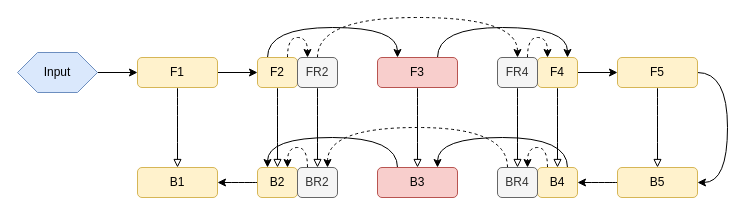
Before: rc.drawio in mulanfly/diagrams, a draw.io diagram. Source tidied: cells renumbered, new cells numbered last; positions are measured from the earlier drawing's top-left corner, leaving out a move shared by most shapes. Both pictures are drawn from the tidied source at 100%, with x=0, y=0 at pixel (17, 17).
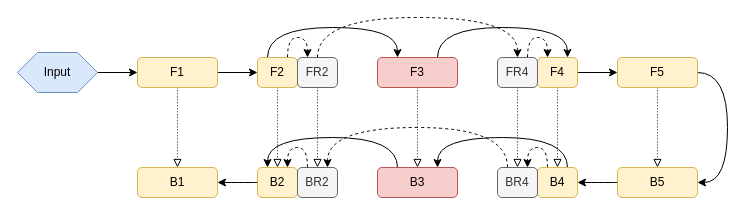
The same diagram, later.

Unchanged cells that the change refers to:
```xml
<mxCell id="4" value="F1" style="rounded=1;whiteSpace=wrap;html=1;shadow=0;sketch=0;glass=0;fillColor=#fff2cc;strokeColor=#d6b656;" parent="1" vertex="1">
  <mxGeometry x="120" y="40" width="80" height="30" as="geometry" />
</mxCell>
<mxCell id="10" value="F2" style="rounded=1;whiteSpace=wrap;html=1;shadow=0;sketch=0;glass=0;fillColor=#fff2cc;strokeColor=#d6b656;gradientColor=none;gradientDirection=east;" parent="1" vertex="1">
  <mxGeometry x="240" y="40" width="40" height="30" as="geometry" />
</mxCell>
<mxCell id="13" value="F3" style="rounded=1;whiteSpace=wrap;html=1;shadow=0;sketch=0;glass=0;fillColor=#f8cecc;strokeColor=#b85450;" parent="1" vertex="1">
  <mxGeometry x="360" y="40" width="80" height="30" as="geometry" />
</mxCell>
<mxCell id="16" value="F4" style="rounded=1;whiteSpace=wrap;html=1;shadow=0;sketch=0;glass=0;fillColor=#fff2cc;strokeColor=#d6b656;" parent="1" vertex="1">
  <mxGeometry x="520" y="40" width="40" height="30" as="geometry" />
</mxCell>
<mxCell id="19" value="F5" style="rounded=1;whiteSpace=wrap;html=1;shadow=0;sketch=0;glass=0;fillColor=#fff2cc;strokeColor=#d6b656;" parent="1" vertex="1">
  <mxGeometry x="600" y="40" width="80" height="30" as="geometry" />
</mxCell>
<mxCell id="22" value="FR2" style="rounded=1;whiteSpace=wrap;html=1;shadow=0;sketch=0;glass=0;fillColor=#f5f5f5;strokeColor=#666666;gradientDirection=east;fontColor=#333333;" parent="1" vertex="1">
  <mxGeometry x="280" y="40" width="40" height="30" as="geometry" />
</mxCell>
<mxCell id="25" value="FR4" style="rounded=1;whiteSpace=wrap;html=1;shadow=0;sketch=0;glass=0;fillColor=#f5f5f5;strokeColor=#666666;gradientDirection=east;fontColor=#333333;" parent="1" vertex="1">
  <mxGeometry x="480" y="40" width="40" height="30" as="geometry" />
</mxCell>
<mxCell id="27" value="B5" style="rounded=1;whiteSpace=wrap;html=1;shadow=0;sketch=0;glass=0;fillColor=#fff2cc;strokeColor=#d6b656;" parent="1" vertex="1">
  <mxGeometry x="600" y="150" width="80" height="30" as="geometry" />
</mxCell>
<mxCell id="30" value="B4" style="rounded=1;whiteSpace=wrap;html=1;shadow=0;sketch=0;glass=0;fillColor=#fff2cc;strokeColor=#d6b656;" parent="1" vertex="1">
  <mxGeometry x="520" y="150" width="40" height="30" as="geometry" />
</mxCell>
<mxCell id="32" value="BR4" style="rounded=1;whiteSpace=wrap;html=1;shadow=0;sketch=0;glass=0;fillColor=#f5f5f5;strokeColor=#666666;gradientDirection=east;fontColor=#333333;" parent="1" vertex="1">
  <mxGeometry x="480" y="150" width="40" height="30" as="geometry" />
</mxCell>
<mxCell id="33" value="B1" style="rounded=1;whiteSpace=wrap;html=1;shadow=0;sketch=0;glass=0;fillColor=#fff2cc;strokeColor=#d6b656;" parent="1" vertex="1">
  <mxGeometry x="120" y="150" width="80" height="30" as="geometry" />
</mxCell>
<mxCell id="35" value="B2" style="rounded=1;whiteSpace=wrap;html=1;shadow=0;sketch=0;glass=0;fillColor=#fff2cc;strokeColor=#d6b656;gradientColor=none;gradientDirection=east;" parent="1" vertex="1">
  <mxGeometry x="240" y="150" width="40" height="30" as="geometry" />
</mxCell>
<mxCell id="37" value="BR2" style="rounded=1;whiteSpace=wrap;html=1;shadow=0;sketch=0;glass=0;fillColor=#f5f5f5;strokeColor=#666666;gradientDirection=east;fontColor=#333333;" parent="1" vertex="1">
  <mxGeometry x="280" y="150" width="40" height="30" as="geometry" />
</mxCell>
<mxCell id="39" value="B3" style="rounded=1;whiteSpace=wrap;html=1;shadow=0;sketch=0;glass=0;fillColor=#f8cecc;strokeColor=#b85450;" parent="1" vertex="1">
  <mxGeometry x="360" y="150" width="80" height="30" as="geometry" />
</mxCell>
```

Diff of the diagram source:
```diff
@@
-    <mxCell id="3" style="edgeStyle=orthogonalEdgeStyle;curved=1;sketch=0;jettySize=auto;html=1;exitX=0.5;exitY=1;exitDx=0;exitDy=0;shadow=0;endArrow=block;endFill=0;strokeWidth=1;" parent="1" edge="1" source="4" target="33">
+    <mxCell id="3" style="edgeStyle=orthogonalEdgeStyle;curved=1;sketch=0;jettySize=auto;html=1;exitX=0.5;exitY=1;exitDx=0;exitDy=0;shadow=0;endArrow=block;endFill=0;strokeWidth=1;dashed=1;dashPattern=1 2;" parent="1" edge="1" source="4" target="33">
       <mxGeometry relative="1" as="geometry" />
     </mxCell>
@@
-    <mxCell id="9" style="edgeStyle=orthogonalEdgeStyle;curved=1;sketch=0;jettySize=auto;html=1;exitX=0.5;exitY=1;exitDx=0;exitDy=0;entryX=0.5;entryY=0;entryDx=0;entryDy=0;shadow=0;endArrow=block;endFill=0;strokeColor=#000000;strokeWidth=1;" parent="1" edge="1" source="10" target="35">
+    <mxCell id="9" style="edgeStyle=orthogonalEdgeStyle;curved=1;sketch=0;jettySize=auto;html=1;exitX=0.5;exitY=1;exitDx=0;exitDy=0;entryX=0.5;entryY=0;entryDx=0;entryDy=0;shadow=0;endArrow=block;endFill=0;strokeColor=#000000;strokeWidth=1;dashed=1;dashPattern=1 2;" parent="1" edge="1" source="10" target="35">
       <mxGeometry relative="1" as="geometry" />
     </mxCell>
@@
-    <mxCell id="12" style="edgeStyle=orthogonalEdgeStyle;curved=1;sketch=0;jettySize=auto;html=1;exitX=0.5;exitY=1;exitDx=0;exitDy=0;entryX=0.5;entryY=0;entryDx=0;entryDy=0;shadow=0;endArrow=block;endFill=0;strokeColor=#000000;strokeWidth=1;" parent="1" edge="1" source="13" target="39">
+    <mxCell id="12" style="edgeStyle=orthogonalEdgeStyle;curved=1;sketch=0;jettySize=auto;html=1;exitX=0.5;exitY=1;exitDx=0;exitDy=0;entryX=0.5;entryY=0;entryDx=0;entryDy=0;shadow=0;endArrow=block;endFill=0;strokeColor=#000000;strokeWidth=1;dashed=1;dashPattern=1 2;" parent="1" edge="1" source="13" target="39">
       <mxGeometry relative="1" as="geometry" />
     </mxCell>
@@
-    <mxCell id="15" style="edgeStyle=orthogonalEdgeStyle;curved=1;sketch=0;jettySize=auto;html=1;exitX=0.5;exitY=1;exitDx=0;exitDy=0;entryX=0.5;entryY=0;entryDx=0;entryDy=0;shadow=0;endArrow=block;endFill=0;strokeColor=#000000;strokeWidth=1;" parent="1" edge="1" source="16" target="30">
+    <mxCell id="15" style="edgeStyle=orthogonalEdgeStyle;curved=1;sketch=0;jettySize=auto;html=1;exitX=0.5;exitY=1;exitDx=0;exitDy=0;entryX=0.5;entryY=0;entryDx=0;entryDy=0;shadow=0;endArrow=block;endFill=0;strokeColor=#000000;strokeWidth=1;dashed=1;dashPattern=1 2;" parent="1" edge="1" source="16" target="30">
       <mxGeometry relative="1" as="geometry" />
     </mxCell>
@@
-    <mxCell id="18" style="edgeStyle=orthogonalEdgeStyle;curved=1;sketch=0;jettySize=auto;html=1;exitX=0.5;exitY=1;exitDx=0;exitDy=0;entryX=0.5;entryY=0;entryDx=0;entryDy=0;shadow=0;endArrow=block;endFill=0;strokeColor=#000000;strokeWidth=1;" parent="1" edge="1" source="19" target="27">
+    <mxCell id="18" style="edgeStyle=orthogonalEdgeStyle;curved=1;sketch=0;jettySize=auto;html=1;exitX=0.5;exitY=1;exitDx=0;exitDy=0;entryX=0.5;entryY=0;entryDx=0;entryDy=0;shadow=0;endArrow=block;endFill=0;strokeColor=#000000;strokeWidth=1;dashed=1;dashPattern=1 2;" parent="1" edge="1" source="19" target="27">
       <mxGeometry relative="1" as="geometry" />
     </mxCell>
@@
-    <mxCell id="21" style="edgeStyle=orthogonalEdgeStyle;curved=1;sketch=0;jettySize=auto;html=1;exitX=0.5;exitY=1;exitDx=0;exitDy=0;entryX=0.5;entryY=0;entryDx=0;entryDy=0;shadow=0;endArrow=block;endFill=0;strokeColor=#000000;strokeWidth=1;" parent="1" edge="1" source="22" target="37">
+    <mxCell id="21" style="edgeStyle=orthogonalEdgeStyle;curved=1;sketch=0;jettySize=auto;html=1;exitX=0.5;exitY=1;exitDx=0;exitDy=0;entryX=0.5;entryY=0;entryDx=0;entryDy=0;shadow=0;endArrow=block;endFill=0;strokeColor=#000000;strokeWidth=1;dashed=1;dashPattern=1 2;" parent="1" edge="1" source="22" target="37">
       <mxGeometry relative="1" as="geometry" />
     </mxCell>
@@
-    <mxCell id="24" style="edgeStyle=orthogonalEdgeStyle;curved=1;sketch=0;jettySize=auto;html=1;exitX=0.5;exitY=1;exitDx=0;exitDy=0;entryX=0.5;entryY=0;entryDx=0;entryDy=0;shadow=0;endArrow=block;endFill=0;strokeColor=#000000;strokeWidth=1;" parent="1" edge="1" source="25" target="32">
+    <mxCell id="24" style="edgeStyle=orthogonalEdgeStyle;curved=1;sketch=0;jettySize=auto;html=1;exitX=0.5;exitY=1;exitDx=0;exitDy=0;entryX=0.5;entryY=0;entryDx=0;entryDy=0;shadow=0;endArrow=block;endFill=0;strokeColor=#000000;strokeWidth=1;dashed=1;dashPattern=1 2;" parent="1" edge="1" source="25" target="32">
       <mxGeometry relative="1" as="geometry" />
     </mxCell>
```
